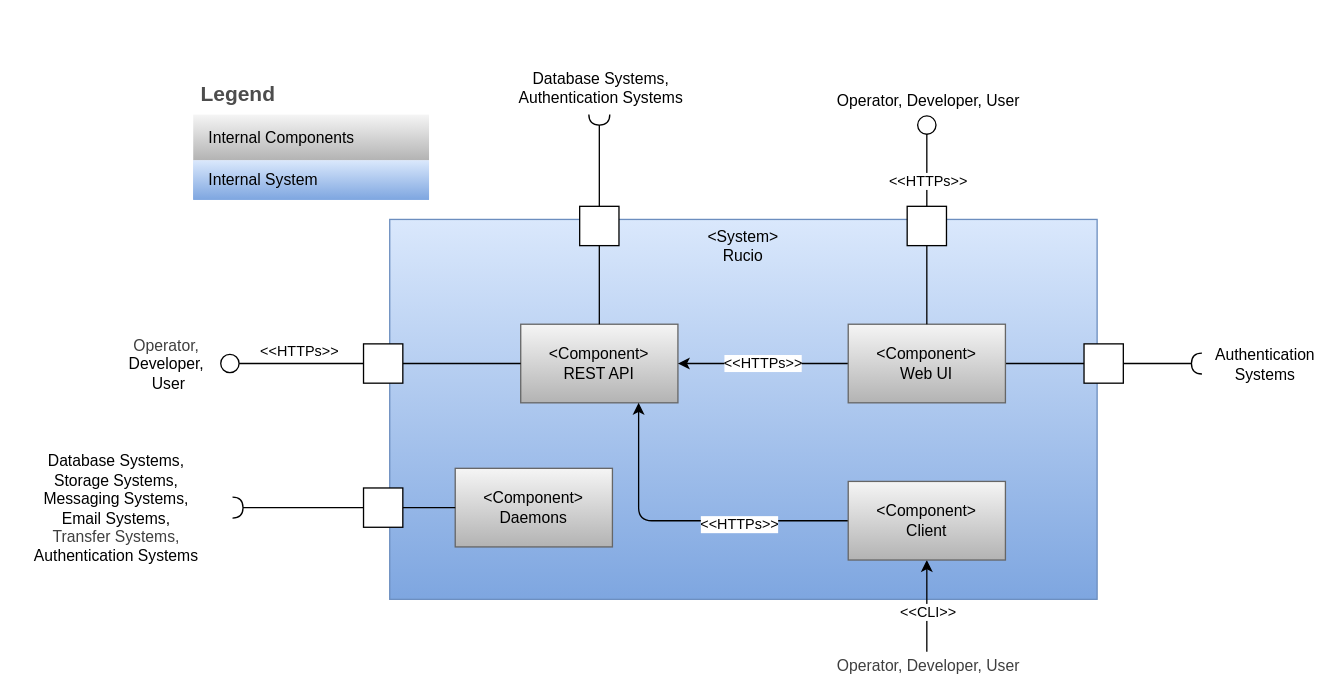
Earlier version of the draw.io diagram diagrams/Building Block Lvl 1 View.drawio (mgajek-cern/architecture-docs). Source tidied: cells renumbered, new cells numbered last; positions are measured from the earlier drawing's top-left corner, leaving out a move shared by most shapes. Both pictures are drawn from the tidied source at 131%, with x=0, y=0 at pixel (193, 75).
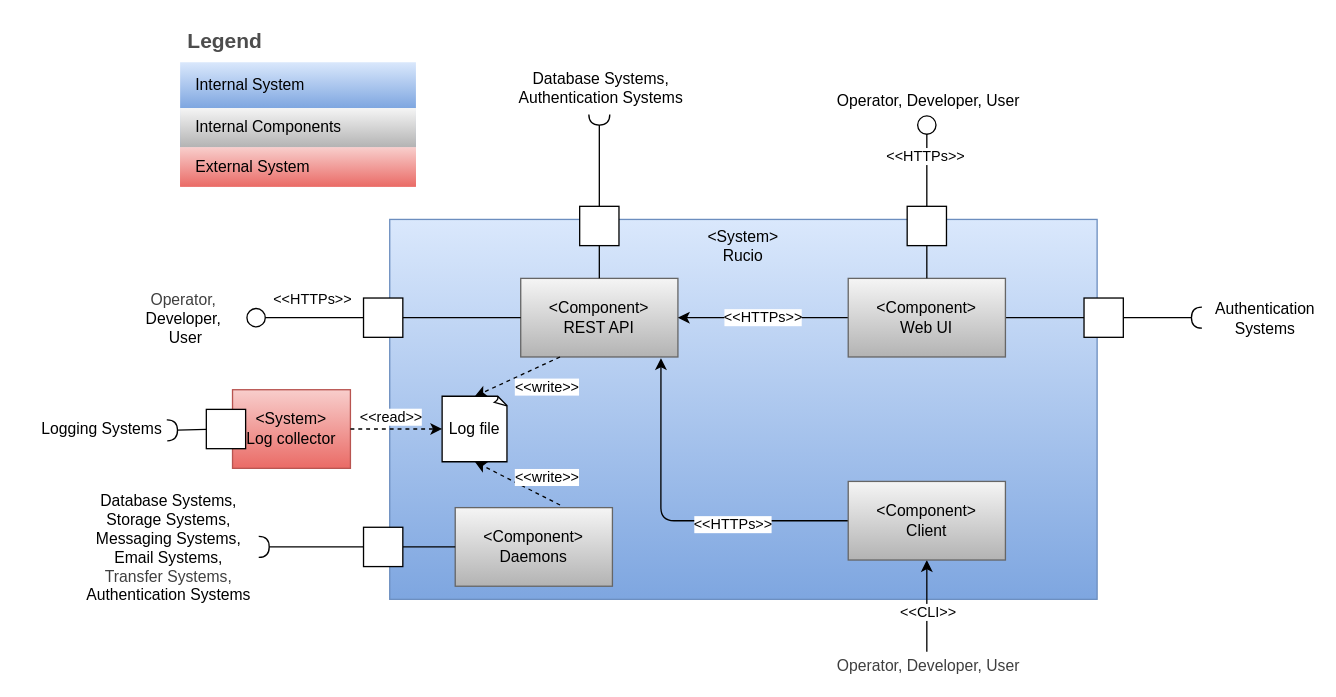
After the change.

Commit message (it also covers changes not shown here):
docs: Add log collector in Building Block lvl 1 view

Unchanged cells that the change refers to:
```xml
<mxCell id="4" style="shape=tableRow;horizontal=0;startSize=0;swimlaneHead=0;swimlaneBody=0;strokeColor=inherit;top=0;left=0;bottom=0;right=0;fillColor=none;fontSize=12;" parent="3" vertex="1">
  <mxGeometry y="30" width="180" height="35" as="geometry" />
</mxCell>
<mxCell id="6" style="shape=tableRow;horizontal=0;startSize=0;swimlaneHead=0;swimlaneBody=0;strokeColor=#6c8ebf;top=0;left=0;bottom=0;right=0;fillColor=#dae8fc;fontSize=12;gradientColor=#7ea6e0;" parent="3" vertex="1">
  <mxGeometry y="65" width="180" height="30" as="geometry" />
</mxCell>
<mxCell id="17" value="&lt;span style=&quot;color: rgb(0, 0, 0);&quot;&gt;&amp;lt;Component&amp;gt;&lt;/span&gt;&lt;br&gt;Client" style="rounded=0;whiteSpace=wrap;html=1;fillColor=#f5f5f5;gradientColor=#b3b3b3;strokeColor=#666666;" parent="1" vertex="1">
  <mxGeometry x="500" y="310" width="120" height="60" as="geometry" />
</mxCell>
<mxCell id="27" style="edgeStyle=orthogonalEdgeStyle;rounded=0;jettySize=auto;html=1;entryX=0;entryY=0.5;entryDx=0;entryDy=0;endArrow=none;endFill=0;" parent="1" edge="1" source="31" target="8">
  <mxGeometry relative="1" as="geometry" />
</mxCell>
```

The edit, as a diff of the source:
```diff
@@
     <mxCell id="3" value="Legend" style="shape=table;startSize=30;childLayout=tableLayout;fontSize=16;align=left;verticalAlign=top;fillColor=none;strokeColor=none;fontColor=#4D4D4D;fontStyle=1;spacingLeft=6;spacing=0;" parent="1" vertex="1">
-      <mxGeometry width="180" height="95" as="geometry" />
+      <mxGeometry x="-10" y="-40" width="180" height="125" as="geometry" />
     </mxCell>
@@
-    <mxCell id="5" value="Internal Components" style="shape=partialRectangle;html=1;whiteSpace=wrap;strokeColor=#666666;overflow=hidden;fillColor=#f5f5f5;top=0;left=0;bottom=0;right=0;fontSize=12;align=left;gradientColor=#b3b3b3;spacingLeft=10;spacingRight=4;" parent="4" vertex="1">
+    <mxCell id="5" value="&lt;span style=&quot;color: rgb(0, 0, 0);&quot;&gt;Internal System&lt;/span&gt;" style="shape=partialRectangle;html=1;whiteSpace=wrap;strokeColor=#6c8ebf;overflow=hidden;fillColor=#dae8fc;top=0;left=0;bottom=0;right=0;fontSize=12;align=left;gradientColor=#7ea6e0;spacingLeft=10;spacingRight=4;" parent="4" vertex="1">
       <mxGeometry width="180" height="35" as="geometry" />
     </mxCell>
@@
-    <mxCell id="7" value="Internal System" style="shape=partialRectangle;html=1;whiteSpace=wrap;strokeColor=#6c8ebf;overflow=hidden;fillColor=#dae8fc;top=0;left=0;bottom=0;right=0;fontSize=12;align=left;gradientColor=#7ea6e0;spacingLeft=10;spacingRight=4;" parent="6" vertex="1">
+    <mxCell id="7" value="&lt;span style=&quot;color: rgb(0, 0, 0);&quot;&gt;Internal Components&lt;/span&gt;" style="shape=partialRectangle;html=1;whiteSpace=wrap;strokeColor=#666666;overflow=hidden;fillColor=#f5f5f5;top=0;left=0;bottom=0;right=0;fontSize=12;align=left;gradientColor=#b3b3b3;spacingLeft=10;spacingRight=4;" parent="6" vertex="1">
       <mxGeometry width="180" height="30" as="geometry" />
     </mxCell>
+    <mxCell id="40" style="shape=tableRow;horizontal=0;startSize=0;swimlaneHead=0;swimlaneBody=0;strokeColor=#b85450;top=0;left=0;bottom=0;right=0;fillColor=#f8cecc;fontSize=12;gradientColor=#ea6b66;" parent="3" vertex="1">
+      <mxGeometry y="95" width="180" height="30" as="geometry" />
+    </mxCell>
+    <mxCell id="41" value="&lt;span style=&quot;color: rgb(0, 0, 0);&quot;&gt;External System&lt;/span&gt;" style="shape=partialRectangle;html=1;whiteSpace=wrap;strokeColor=#b85450;overflow=hidden;fillColor=#f8cecc;top=0;left=0;bottom=0;right=0;fontSize=12;align=left;gradientColor=#ea6b66;spacingLeft=10;spacingRight=4;" parent="40" vertex="1">
+      <mxGeometry width="180" height="30" as="geometry" />
+    </mxCell>
     <mxCell id="8" value="&amp;lt;Component&amp;gt;&lt;br&gt;REST API" style="rounded=0;whiteSpace=wrap;html=1;fillColor=#f5f5f5;gradientColor=#b3b3b3;strokeColor=#666666;" parent="1" vertex="1">
-      <mxGeometry x="250" y="190" width="120" height="60" as="geometry" />
+      <mxGeometry x="250" y="155" width="120" height="60" as="geometry" />
     </mxCell>
@@
     <mxCell id="11" value="&lt;span style=&quot;color: rgb(0, 0, 0);&quot;&gt;&amp;lt;Component&amp;gt;&lt;/span&gt;&lt;br&gt;Web UI" style="rounded=0;whiteSpace=wrap;html=1;fillColor=#f5f5f5;gradientColor=#b3b3b3;strokeColor=#666666;" parent="1" vertex="1">
-      <mxGeometry x="500" y="190" width="120" height="60" as="geometry" />
+      <mxGeometry x="500" y="155" width="120" height="60" as="geometry" />
     </mxCell>
@@
-    <mxCell id="15" style="edgeStyle=orthogonalEdgeStyle;html=1;entryX=0.75;entryY=1;entryDx=0;entryDy=0;" parent="1" edge="1" source="17" target="8">
-      <mxGeometry relative="1" as="geometry" />
+    <mxCell id="15" style="edgeStyle=orthogonalEdgeStyle;html=1;entryX=0.892;entryY=1.015;entryDx=0;entryDy=0;entryPerimeter=0;" parent="1" edge="1" source="17" target="8">
+      <mxGeometry relative="1" as="geometry">
+        <Array as="points">
+          <mxPoint x="357" y="340" />
+        </Array>
+      </mxGeometry>
     </mxCell>
@@
     <mxCell id="28" value="&amp;lt;&amp;lt;HTTPs&amp;gt;&amp;gt;" style="edgeLabel;html=1;align=center;verticalAlign=middle;" parent="27" vertex="1">
       <mxGeometry x="-0.07" y="-1" relative="1" as="geometry">
-        <mxPoint x="-122" y="-11" as="offset" />
+        <mxPoint x="-112" y="-16" as="offset" />
       </mxGeometry>
     </mxCell>
-    <mxCell id="29" style="edgeStyle=orthogonalEdgeStyle;rounded=0;jettySize=auto;html=1;endArrow=circle;endFill=0;" parent="1" edge="1" source="31">
+    <mxCell id="29" style="edgeStyle=orthogonalEdgeStyle;rounded=0;jettySize=auto;html=1;endArrow=circle;endFill=0;exitX=0.5;exitY=1;exitDx=0;exitDy=0;" parent="1" edge="1" source="31">
       <mxGeometry relative="1" as="geometry">
-        <mxPoint x="20" y="220" as="targetPoint" />
+        <mxPoint x="40" y="185" as="targetPoint" />
       </mxGeometry>
     </mxCell>
@@
     <mxCell id="31" style="fontStyle=0;labelPosition=right;verticalLabelPosition=middle;align=left;verticalAlign=middle;spacingLeft=2;direction=south;" parent="1" vertex="1">
-      <mxGeometry x="130" y="205" width="30" height="30" as="geometry" />
+      <mxGeometry x="130" y="170" width="30" height="30" as="geometry" />
     </mxCell>
     <mxCell id="32" value="&lt;span style=&quot;color: rgb(0, 0, 0);&quot;&gt;&amp;lt;Component&amp;gt;&lt;/span&gt;&lt;br&gt;Daemons" style="rounded=0;whiteSpace=wrap;html=1;fillColor=#f5f5f5;gradientColor=#b3b3b3;strokeColor=#666666;" parent="1" vertex="1">
-      <mxGeometry x="200" y="300" width="120" height="60" as="geometry" />
+      <mxGeometry x="200" y="330" width="120" height="60" as="geometry" />
     </mxCell>
@@
     <mxCell id="34" style="edgeStyle=none;html=1;endArrow=halfCircle;endFill=0;" parent="1" edge="1" source="36">
       <mxGeometry relative="1" as="geometry">
-        <mxPoint x="30" y="330" as="targetPoint" />
+        <mxPoint x="50" y="360" as="targetPoint" />
       </mxGeometry>
     </mxCell>
     <mxCell id="35" value="&lt;font style=&quot;font-size: 12px;&quot;&gt;&lt;span style=&quot;color: rgb(0, 0, 0);&quot;&gt;Database Systems,&lt;/span&gt;&lt;br&gt;Storage Systems,&lt;/font&gt;&lt;div&gt;&lt;font style=&quot;font-size: 12px;&quot;&gt;Messaging Systems,&lt;/font&gt;&lt;/div&gt;&lt;div&gt;&lt;font style=&quot;font-size: 12px;&quot;&gt;Email Systems,&lt;/font&gt;&lt;/div&gt;&lt;div&gt;&lt;span style=&quot;color: rgb(63, 63, 63);&quot;&gt;&lt;font style=&quot;font-size: 12px;&quot;&gt;Transfer Systems,&lt;br&gt;&lt;/font&gt;&lt;/span&gt;&lt;/div&gt;&lt;div&gt;&lt;span style=&quot;color: rgb(0, 0, 0);&quot;&gt;&lt;font style=&quot;font-size: 12px;&quot;&gt;Authentication Systems&lt;br&gt;&lt;/font&gt;&lt;/span&gt;&lt;/div&gt;" style="edgeLabel;html=1;align=center;verticalAlign=middle;" parent="34" vertex="1">
       <mxGeometry x="0.13" y="-4" relative="1" as="geometry">
-        <mxPoint x="-134" y="4" as="offset" />
+        <mxPoint x="-105" y="4" as="offset" />
       </mxGeometry>
     </mxCell>
     <mxCell id="36" style="fontStyle=0;labelPosition=right;verticalLabelPosition=middle;align=left;verticalAlign=middle;spacingLeft=2;direction=south;" parent="1" vertex="1">
-      <mxGeometry x="130" y="315" width="30" height="30" as="geometry" />
+      <mxGeometry x="130" y="345" width="30" height="30" as="geometry" />
     </mxCell>
     <mxCell id="37" style="edgeStyle=none;html=1;endArrow=halfCircle;endFill=0;" parent="1" edge="1" source="39">
       <mxGeometry relative="1" as="geometry">
-        <mxPoint x="770" y="220" as="targetPoint" />
+        <mxPoint x="770" y="185" as="targetPoint" />
       </mxGeometry>
     </mxCell>
@@
     <mxCell id="39" style="fontStyle=0;labelPosition=right;verticalLabelPosition=middle;align=left;verticalAlign=middle;spacingLeft=2;direction=south;" parent="1" vertex="1">
-      <mxGeometry x="680" y="205" width="30" height="30" as="geometry" />
+      <mxGeometry x="680" y="170" width="30" height="30" as="geometry" />
     </mxCell>
+    <mxCell id="42" value="&amp;lt;System&amp;gt;&lt;br&gt;Log collector" style="rounded=0;whiteSpace=wrap;html=1;fillColor=#f8cecc;gradientColor=#ea6b66;strokeColor=#b85450;" parent="1" vertex="1">
+      <mxGeometry x="30" y="240" width="90" height="60" as="geometry" />
+    </mxCell>
+    <mxCell id="43" value="Log file" style="whiteSpace=wrap;html=1;shape=mxgraph.basic.document;" parent="1" vertex="1">
+      <mxGeometry x="190" y="245" width="50" height="50" as="geometry" />
+    </mxCell>
+    <mxCell id="44" style="edgeStyle=none;html=1;entryX=0.5;entryY=0;entryDx=0;entryDy=0;entryPerimeter=0;dashed=1;exitX=0.25;exitY=1;exitDx=0;exitDy=0;" parent="1" edge="1" source="8" target="43">
+      <mxGeometry relative="1" as="geometry" />
+    </mxCell>
+    <mxCell id="45" value="&amp;lt;&amp;lt;write&amp;gt;&amp;gt;" style="edgeLabel;html=1;align=center;verticalAlign=middle;" parent="44" vertex="1">
+      <mxGeometry x="-0.47" relative="1" as="geometry">
+        <mxPoint x="7" y="15" as="offset" />
+      </mxGeometry>
+    </mxCell>
+    <mxCell id="46" style="edgeStyle=none;html=1;entryX=0.5;entryY=1;entryDx=0;entryDy=0;entryPerimeter=0;dashed=1;" parent="1" edge="1" target="43">
+      <mxGeometry relative="1" as="geometry">
+        <mxPoint x="280" y="328" as="sourcePoint" />
+      </mxGeometry>
+    </mxCell>
+    <mxCell id="47" value="&amp;lt;&amp;lt;write&amp;gt;&amp;gt;" style="edgeLabel;html=1;align=center;verticalAlign=middle;" parent="46" vertex="1">
+      <mxGeometry x="-0.33" y="4" relative="1" as="geometry">
+        <mxPoint x="13" y="-14" as="offset" />
+      </mxGeometry>
+    </mxCell>
+    <mxCell id="48" style="edgeStyle=none;html=1;entryX=0;entryY=0.5;entryDx=0;entryDy=0;entryPerimeter=0;dashed=1;" parent="1" edge="1" source="42" target="43">
+      <mxGeometry relative="1" as="geometry" />
+    </mxCell>
+    <mxCell id="49" value="&amp;lt;&amp;lt;read&amp;gt;&amp;gt;" style="edgeLabel;html=1;align=center;verticalAlign=middle;" parent="48" vertex="1">
+      <mxGeometry x="0.12" y="3" relative="1" as="geometry">
+        <mxPoint x="-9" y="-7" as="offset" />
+      </mxGeometry>
+    </mxCell>
+    <mxCell id="50" style="edgeStyle=none;html=1;endArrow=halfCircle;endFill=0;" parent="1" edge="1" source="51">
+      <mxGeometry relative="1" as="geometry">
+        <mxPoint x="-20" y="271" as="targetPoint" />
+      </mxGeometry>
+    </mxCell>
+    <mxCell id="51" style="fontStyle=0;labelPosition=right;verticalLabelPosition=middle;align=left;verticalAlign=middle;spacingLeft=2;direction=south;" parent="1" vertex="1">
+      <mxGeometry x="10" y="255" width="30" height="30" as="geometry" />
+    </mxCell>
+    <mxCell id="52" value="Logging Systems" style="text;html=1;align=center;verticalAlign=middle;strokeColor=none;fillColor=none;" parent="1" vertex="1">
+      <mxGeometry x="-130" y="255" width="120" height="30" as="geometry" />
+    </mxCell>
```
